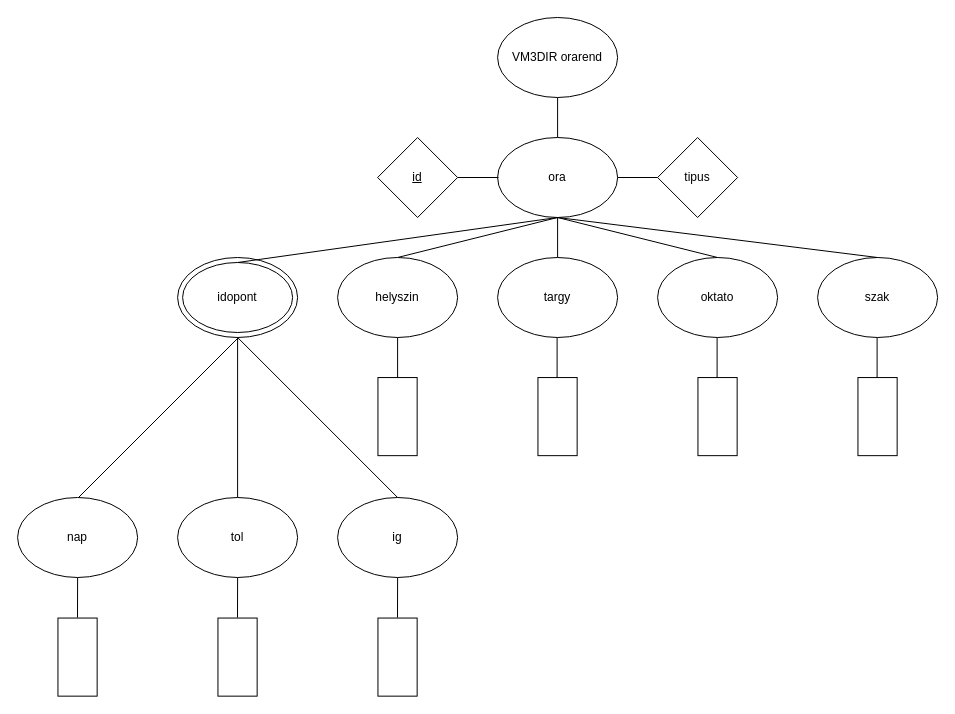
Earlier version of the draw.io diagram VM3DIR_0917/VM3DIR.orarendXDM.drawio (vaydominika/VM3DIRWebXML). Source tidied: cells renumbered, new cells numbered last; positions are measured from the earlier drawing's top-left corner, leaving out a move shared by most shapes. Both pictures are drawn from the tidied source at 100%, with x=0, y=0 at pixel (17, 17).
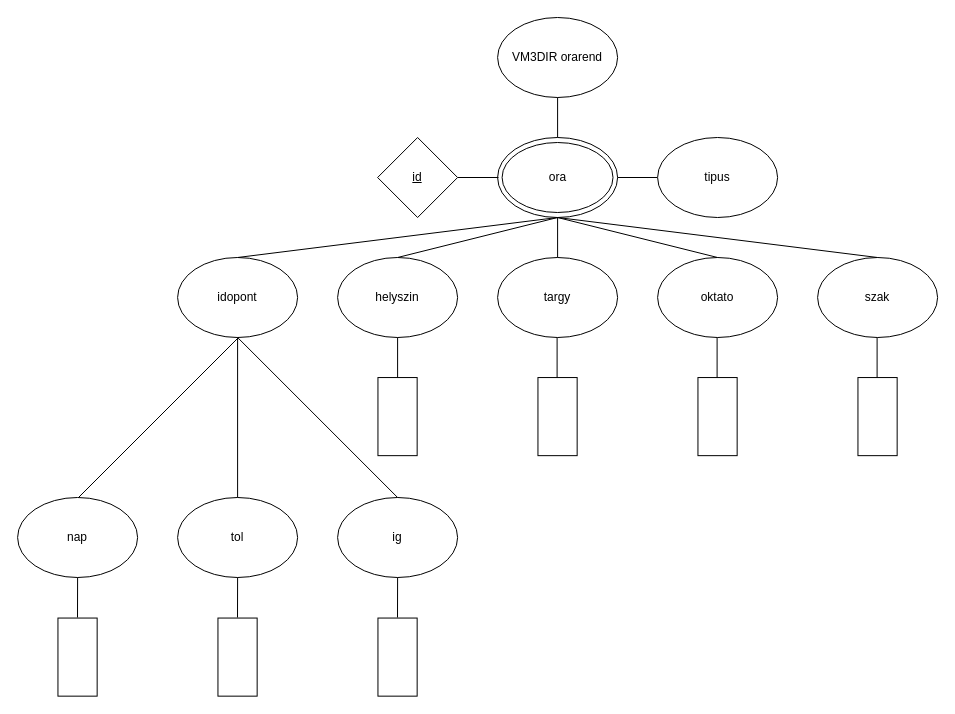
Above is the later version.

Diff of the diagram source:
```diff
@@
-    <mxCell id="3" value="ora" style="ellipse;whiteSpace=wrap;html=1;" parent="1" vertex="1">
+    <mxCell id="3" style="ellipse;whiteSpace=wrap;html=1;gradientColor=none;strokeColor=default;" parent="1" vertex="1">
       <mxGeometry x="480.1" y="120" width="120" height="80" as="geometry" />
     </mxCell>
-    <mxCell id="4" style="ellipse;whiteSpace=wrap;html=1;" parent="1" vertex="1">
+    <mxCell id="4" value="idopont" style="ellipse;whiteSpace=wrap;html=1;" parent="1" vertex="1">
       <mxGeometry x="160.1" y="240" width="120" height="80" as="geometry" />
     </mxCell>
@@
-    <mxCell id="9" value="idopont" style="ellipse;whiteSpace=wrap;html=1;" parent="1" vertex="1">
-      <mxGeometry x="165.1" y="245" width="110" height="70" as="geometry" />
-    </mxCell>
@@
-    <mxCell id="24" style="endArrow=none;html=1;rounded=0;exitX=0.5;exitY=0;exitDx=0;exitDy=0;" parent="1" edge="1" source="9">
+    <mxCell id="24" style="endArrow=none;html=1;rounded=0;exitX=0.5;exitY=0;exitDx=0;exitDy=0;" parent="1" edge="1" source="4">
       <mxGeometry relative="1" as="geometry">
         <mxPoint x="540" y="200" as="targetPoint" />
       </mxGeometry>
     </mxCell>
@@
-    <mxCell id="29" style="endArrow=none;html=1;rounded=0;exitX=0;exitY=0.5;exitDx=0;exitDy=0;entryX=1;entryY=0.5;entryDx=0;entryDy=0;startArrow=none;" parent="1" edge="1" source="39" target="3">
-      <mxGeometry relative="1" as="geometry" />
+    <mxCell id="29" style="endArrow=none;html=1;rounded=0;exitX=0;exitY=0.5;exitDx=0;exitDy=0;entryX=1;entryY=0.5;entryDx=0;entryDy=0;startArrow=none;" parent="1" edge="1" target="3">
+      <mxGeometry relative="1" as="geometry">
+        <mxPoint x="640.1" y="160" as="sourcePoint" />
+      </mxGeometry>
     </mxCell>
@@
-    <mxCell id="39" value="tipus" style="rhombus;whiteSpace=wrap;html=1;" parent="1" vertex="1">
-      <mxGeometry x="640.1" y="120" width="80" height="80" as="geometry" />
+    <mxCell id="39" value="tipus" style="ellipse;whiteSpace=wrap;html=1;" parent="1" vertex="1">
+      <mxGeometry x="640.1" y="120" width="120" height="80" as="geometry" />
     </mxCell>
+    <mxCell id="40" value="ora" style="ellipse;whiteSpace=wrap;html=1;gradientColor=none;strokeColor=default;" parent="1" vertex="1">
+      <mxGeometry x="484.6" y="125" width="110.9" height="70" as="geometry" />
+    </mxCell>
```
